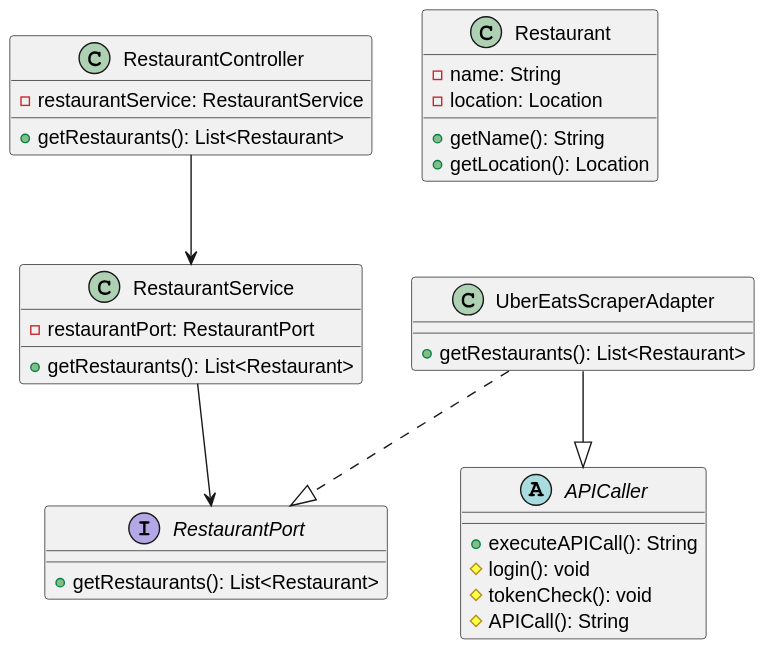
This is software-guidebook/ontwerpvraag-eva/class-diagram-eva.svg from AIM-ENE-feb25/triptop-beca, a PlantUML export, as it was before one commit.
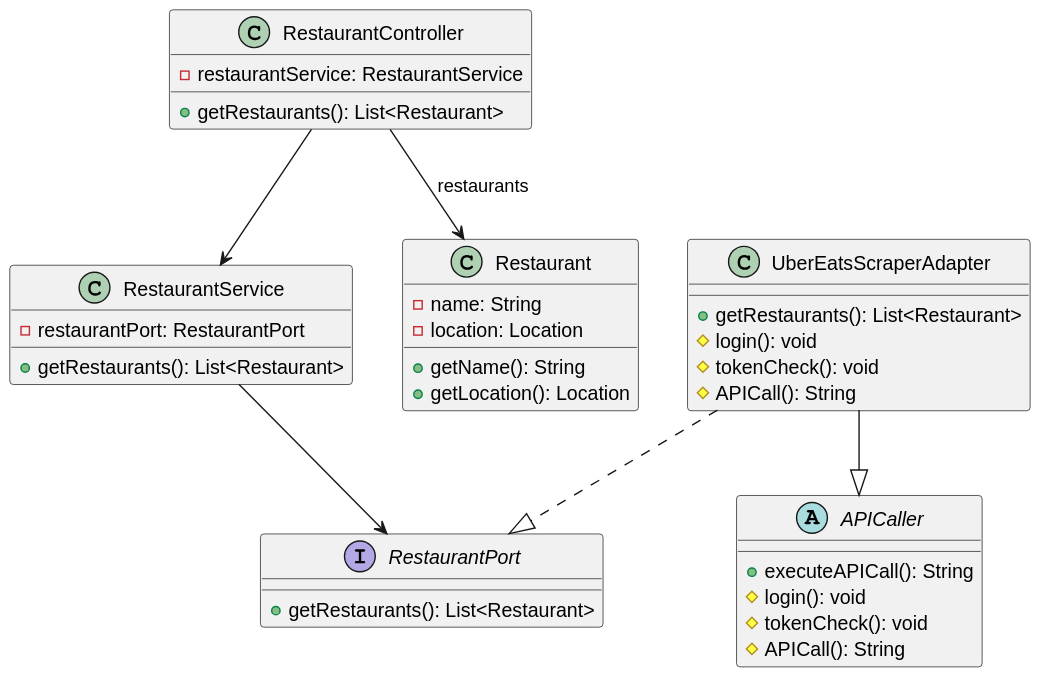
After the commit.

Commit message:
update klassendiagram (apicaller methoden vergeten op te nemen in adapter)

The edit, as a diff of the source:
```diff
@@ -25,6 +25,9 @@
 
 class UberEatsScraperAdapter {
 + getRestaurants(): List<Restaurant>
+# login(): void
+# tokenCheck(): void
+# APICall(): String
 }
 
 class Restaurant {
@@ -38,4 +41,5 @@
 RestaurantService --> RestaurantPort
 UberEatsScraperAdapter ..|> RestaurantPort
 UberEatsScraperAdapter --|> APICaller
+RestaurantController --> Restaurant : "restaurants"
 @enduml
```
